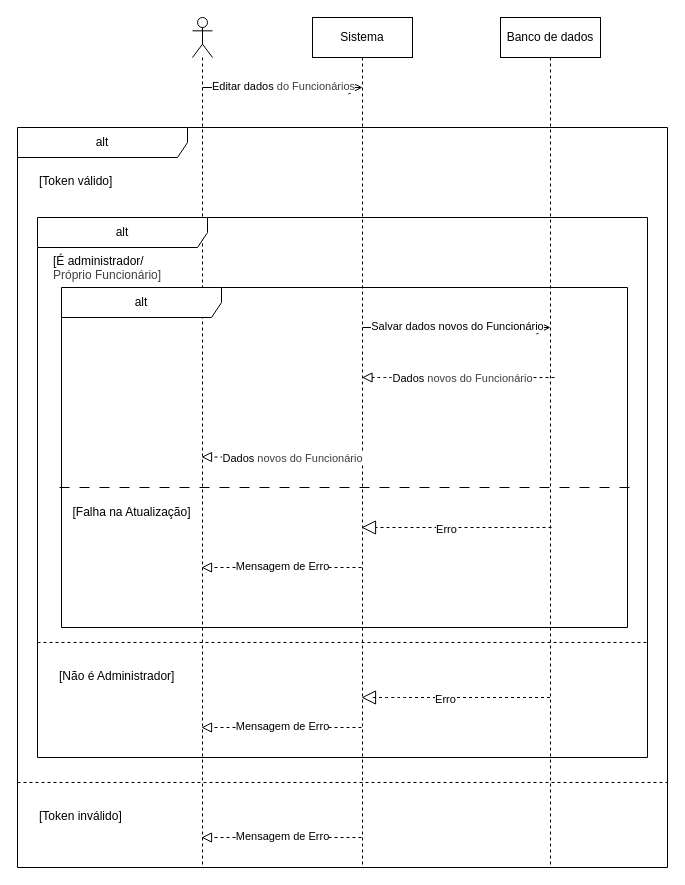
Earlier version of the draw.io diagram page "Editar dados Funcionário" (13 of 22) of diagramas/sequencias.drawio (lauraesilva-design/SistemaGest-o-Escolar). Source tidied: cells renumbered, new cells numbered last; positions are measured from the earlier drawing's top-left corner, leaving out a move shared by most shapes. Both pictures are drawn from the tidied source at 100%, with x=0, y=0 at pixel (17, 17).
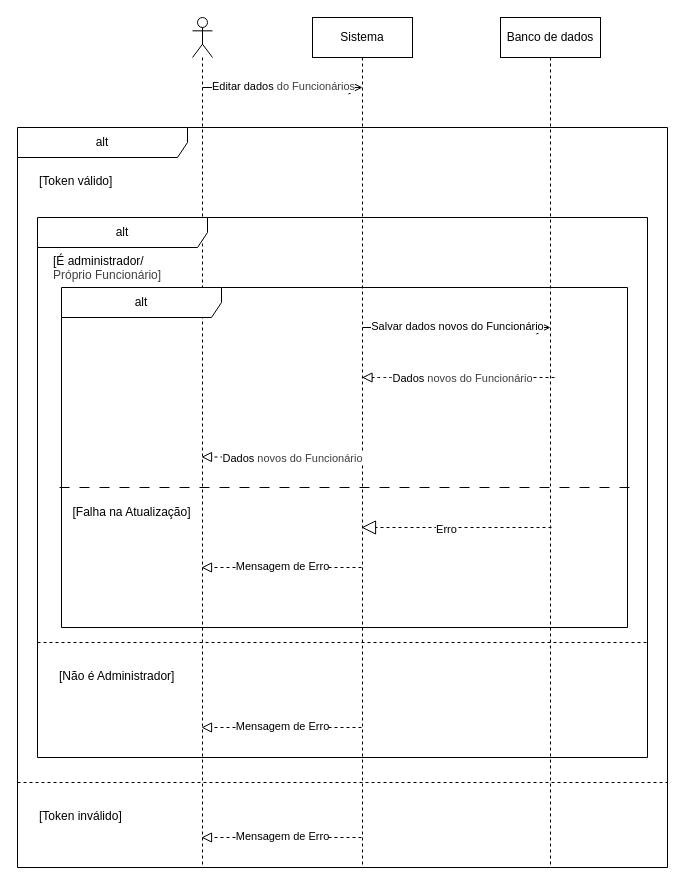
The same diagram, later.

The change refers to these unchanged cells:
```xml
<mxCell id="9" value="alt" style="shape=umlFrame;whiteSpace=wrap;html=1;width=170;" parent="7" vertex="1">
  <mxGeometry x="20" y="90" width="610" height="540" as="geometry" />
</mxCell>
```

Change to the diagram source:
```diff
@@
-    <mxCell id="14" style="endArrow=block;dashed=1;endFill=0;endSize=12;html=1;" parent="9" edge="1">
-      <mxGeometry relative="1" as="geometry">
-        <mxPoint x="512.5" y="480" as="sourcePoint" />
-        <mxPoint x="324" y="480" as="targetPoint" />
-        <Array as="points">
-          <mxPoint x="434.5" y="480" />
-          <mxPoint x="384" y="480" />
-          <mxPoint x="364" y="480" />
-          <mxPoint x="344" y="480" />
-          <mxPoint x="334" y="480" />
-        </Array>
-      </mxGeometry>
-    </mxCell>
-    <mxCell id="15" value="Erro" style="edgeLabel;html=1;align=center;verticalAlign=middle;" parent="14" vertex="1">
-      <mxGeometry x="0.06" y="1" relative="1" as="geometry">
-        <mxPoint x="-5" as="offset" />
-      </mxGeometry>
-    </mxCell>
```
